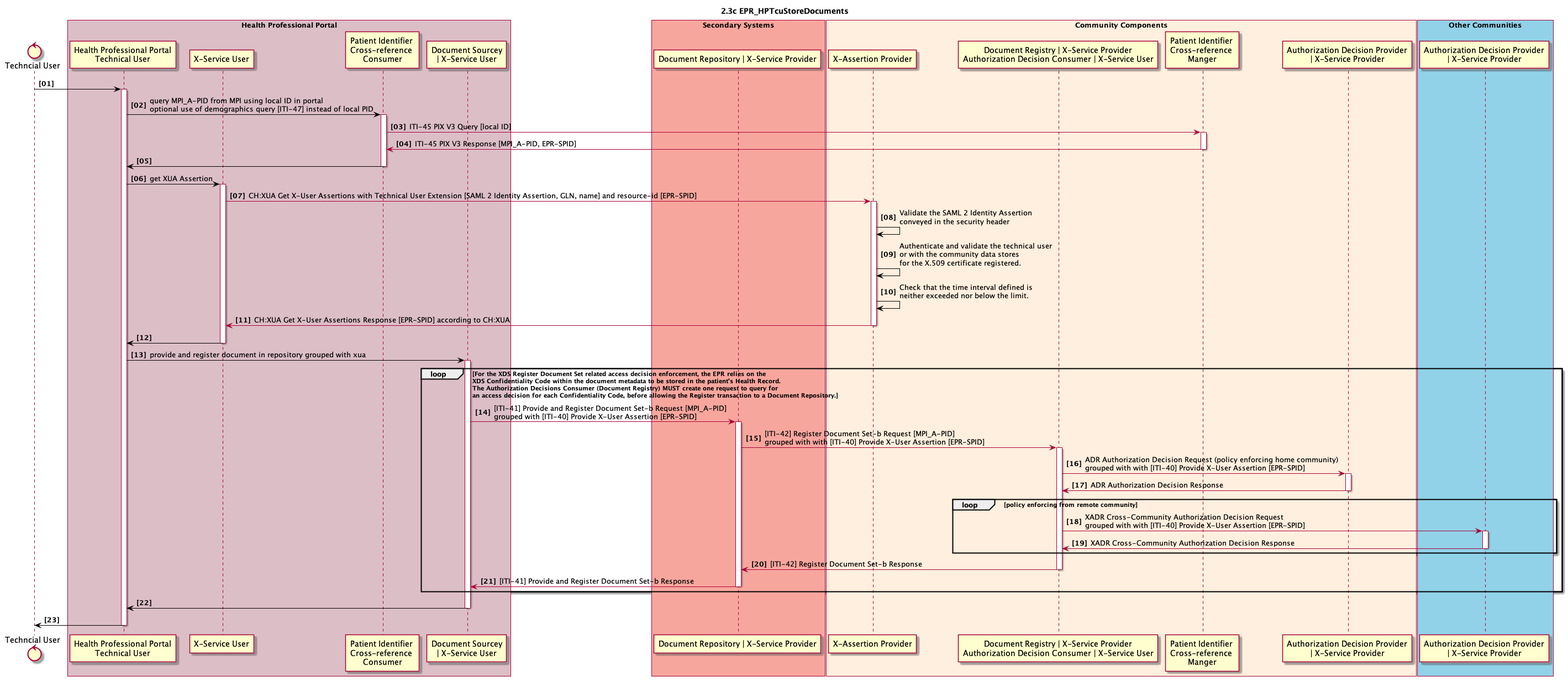
ahdis/ch-epr-seqdiag keeps this PlantUML diagram as 2_03c_EPR_HPTcuStoreDocuments.plantuml.png. Above is the earlier version. Source of this version:
```plantuml
@startuml
skinparam Padding 1
autonumber 1 1 "<b>[00]"
title 2.3c EPR_HPTcuStoreDocuments

control tcu as "Techncial User"

box "Health Professional Portal" #DCBEC7
	participant ps_gui as "Health Professional Portal\nTechnical User"
	participant ps_x_service_user as "X-Service User"
	participant ps_pix_x_ref_consumer as "Patient Identifier \nCross-reference \nConsumer"
	participant ps_doc_source as "Document Sourcey\n| X-Service User"
end box

box "Secondary Systems" #F7A69E
	participant ss_doc_repository as "Document Repository | X-Service Provider"
end box

box "Community Components" #FFEFDE
	participant cc_x_assertion_provider as "X-Assertion Provider"
	participant cc_doc_registry as "Document Registry | X-Service Provider\nAuthorization Decision Consumer | X-Service User"
	participant cc_mpi_x_ref_manager as "Patient Identifier \nCross-reference \nManger"
	participant cc_adp as "Authorization Decision Provider\n| X-Service Provider"
end box

box "Other Communities" #91D2E8
	participant xc_adp as "Authorization Decision Provider\n| X-Service Provider"
end box

tcu -[#black]> ps_gui
activate ps_gui

ps_gui -[#black]> ps_pix_x_ref_consumer: query MPI_A-PID from MPI using local ID in portal\noptional use of demographics query [ITI-47] instead of local PID
activate ps_pix_x_ref_consumer
ps_pix_x_ref_consumer -> cc_mpi_x_ref_manager: ITI-45 PIX V3 Query [local ID]
activate cc_mpi_x_ref_manager
ps_pix_x_ref_consumer <- cc_mpi_x_ref_manager: ITI-45 PIX V3 Response [MPI_A-PID, EPR-SPID]
deactivate cc_mpi_x_ref_manager
ps_gui <[#black]- ps_pix_x_ref_consumer
deactivate ps_pix_x_ref_consumer

ps_gui -[#black]> ps_x_service_user : get XUA Assertion
activate ps_x_service_user
ps_x_service_user -> cc_x_assertion_provider: CH:XUA Get X-User Assertions with Technical User Extension [SAML 2 Identity Assertion, GLN, name] and resource-id [EPR-SPID]
activate cc_x_assertion_provider
cc_x_assertion_provider -[#black]> cc_x_assertion_provider: Validate the SAML 2 Identity Assertion\nconveyed in the security header
cc_x_assertion_provider -[#black]> cc_x_assertion_provider: Authenticate and validate the technical user\nor with the community data stores\nfor the X.509 certificate registered.
cc_x_assertion_provider -[#black]> cc_x_assertion_provider: Check that the time interval defined is\nneither exceeded nor below the limit.
ps_x_service_user <- cc_x_assertion_provider: CH:XUA Get X-User Assertions Response [EPR-SPID] according to CH:XUA
deactivate cc_x_assertion_provider
ps_gui <[#black]- ps_x_service_user
deactivate ps_x_service_user

ps_gui -[#black]> ps_doc_source : provide and register document in repository grouped with xua
activate ps_doc_source
loop For the XDS Register Document Set related access decision enforcement, the EPR relies on the \nXDS Confidentiality Code within the document metadata to be stored in the patient?s Health Record. \nThe Authorization Decisions Consumer (Document Registry) MUST create one request to query for \nan access decision for each Confidentiality Code, before allowing the Register transaction to a Document Repository.
  ps_doc_source -> ss_doc_repository: [ITI-41] Provide and Register Document Set-b Request [MPI_A-PID] \ngrouped with [ITI-40] Provide X-User Assertion [EPR-SPID]
  activate ss_doc_repository
  ss_doc_repository -> cc_doc_registry: [ITI-42] Register Document Set-b Request [MPI_A-PID] \ngrouped with with [ITI-40] Provide X-User Assertion [EPR-SPID]
  activate cc_doc_registry

  cc_doc_registry -> cc_adp: ADR Authorization Decision Request (policy enforcing home community)\ngrouped with with [ITI-40] Provide X-User Assertion [EPR-SPID]
  activate cc_adp
  cc_doc_registry <- cc_adp: ADR Authorization Decision Response
  deactivate cc_adp

  loop policy enforcing from remote community
    cc_doc_registry -> xc_adp: XADR Cross-Community Authorization Decision Request\ngrouped with with [ITI-40] Provide X-User Assertion [EPR-SPID]
    activate xc_adp
    cc_doc_registry <- xc_adp: XADR Cross-Community Authorization Decision Response
    deactivate xc_adp
  end

  ss_doc_repository <- cc_doc_registry: [ITI-42] Register Document Set-b Response
  deactivate cc_doc_registry

  ps_doc_source <- ss_doc_repository: [ITI-41] Provide and Register Document Set-b Response
  deactivate ss_doc_repository
end

ps_gui <[#black]- ps_doc_source
deactivate ps_doc_source

tcu <[#black]- ps_gui
deactivate ps_gui


@enduml
```
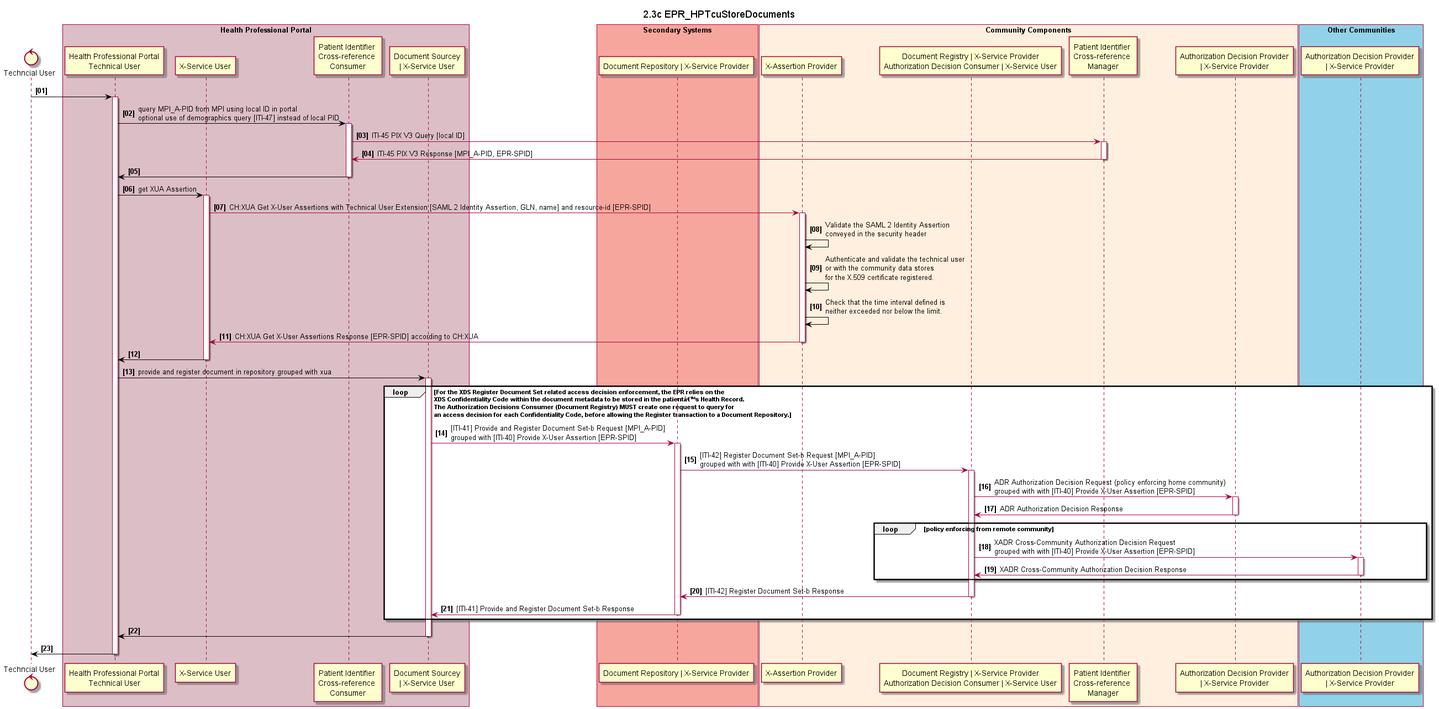
After the commit.

Diff of the diagram source:
```diff
@@ -1,6 +1,5 @@
 @startuml
-skinparam Padding 1
-autonumber 1 1 "<b>[00]"
+!include design.plantuml.txt
 title 2.3c EPR_HPTcuStoreDocuments
 
 control tcu as "Techncial User"
@@ -19,7 +18,7 @@
 box "Community Components" #FFEFDE
 	participant cc_x_assertion_provider as "X-Assertion Provider"
 	participant cc_doc_registry as "Document Registry | X-Service Provider\nAuthorization Decision Consumer | X-Service User"
-	participant cc_mpi_x_ref_manager as "Patient Identifier \nCross-reference \nManger"
+	participant cc_mpi_x_ref_manager as "Patient Identifier \nCross-reference \nManager"
 	participant cc_adp as "Authorization Decision Provider\n| X-Service Provider"
 end box
 
@@ -30,30 +29,13 @@
 tcu -[#black]> ps_gui
 activate ps_gui
 
-ps_gui -[#black]> ps_pix_x_ref_consumer: query MPI_A-PID from MPI using local ID in portal\noptional use of demographics query [ITI-47] instead of local PID
-activate ps_pix_x_ref_consumer
-ps_pix_x_ref_consumer -> cc_mpi_x_ref_manager: ITI-45 PIX V3 Query [local ID]
-activate cc_mpi_x_ref_manager
-ps_pix_x_ref_consumer <- cc_mpi_x_ref_manager: ITI-45 PIX V3 Response [MPI_A-PID, EPR-SPID]
-deactivate cc_mpi_x_ref_manager
-ps_gui <[#black]- ps_pix_x_ref_consumer
-deactivate ps_pix_x_ref_consumer
+!include step_ps_pix.plantuml.txt
 
-ps_gui -[#black]> ps_x_service_user : get XUA Assertion
-activate ps_x_service_user
-ps_x_service_user -> cc_x_assertion_provider: CH:XUA Get X-User Assertions with Technical User Extension [SAML 2 Identity Assertion, GLN, name] and resource-id [EPR-SPID]
-activate cc_x_assertion_provider
-cc_x_assertion_provider -[#black]> cc_x_assertion_provider: Validate the SAML 2 Identity Assertion\nconveyed in the security header
-cc_x_assertion_provider -[#black]> cc_x_assertion_provider: Authenticate and validate the technical user\nor with the community data stores\nfor the X.509 certificate registered.
-cc_x_assertion_provider -[#black]> cc_x_assertion_provider: Check that the time interval defined is\nneither exceeded nor below the limit.
-ps_x_service_user <- cc_x_assertion_provider: CH:XUA Get X-User Assertions Response [EPR-SPID] according to CH:XUA
-deactivate cc_x_assertion_provider
-ps_gui <[#black]- ps_x_service_user
-deactivate ps_x_service_user
+!include step_ps_xua_tcu.plantuml.txt
 
 ps_gui -[#black]> ps_doc_source : provide and register document in repository grouped with xua
 activate ps_doc_source
-loop For the XDS Register Document Set related access decision enforcement, the EPR relies on the \nXDS Confidentiality Code within the document metadata to be stored in the patient?s Health Record. \nThe Authorization Decisions Consumer (Document Registry) MUST create one request to query for \nan access decision for each Confidentiality Code, before allowing the Register transaction to a Document Repository.
+loop For the XDS Register Document Set related access decision enforcement, the EPR relies on the \nXDS Confidentiality Code within the document metadata to be stored in the patientâ€™s Health Record. \nThe Authorization Decisions Consumer (Document Registry) MUST create one request to query for \nan access decision for each Confidentiality Code, before allowing the Register transaction to a Document Repository.
   ps_doc_source -> ss_doc_repository: [ITI-41] Provide and Register Document Set-b Request [MPI_A-PID] \ngrouped with [ITI-40] Provide X-User Assertion [EPR-SPID]
   activate ss_doc_repository
   ss_doc_repository -> cc_doc_registry: [ITI-42] Register Document Set-b Request [MPI_A-PID] \ngrouped with with [ITI-40] Provide X-User Assertion [EPR-SPID]
```
